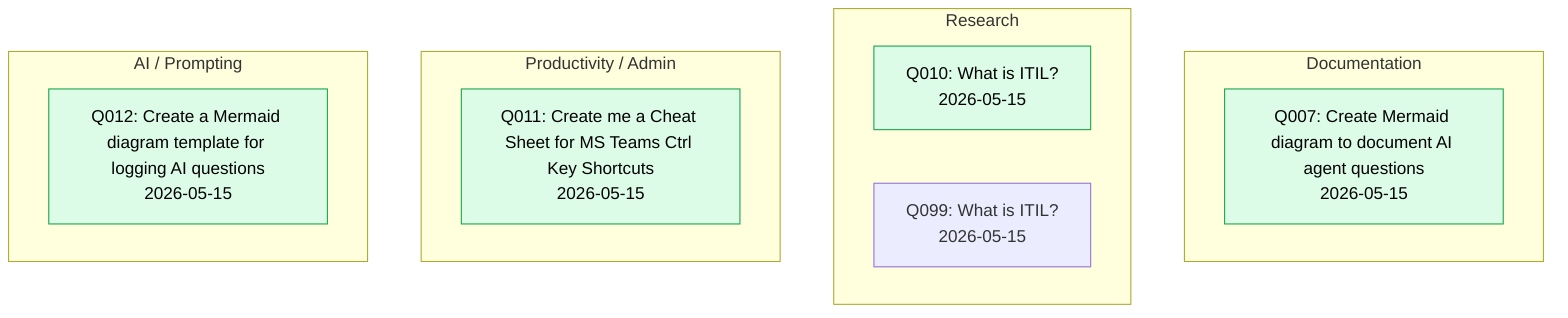
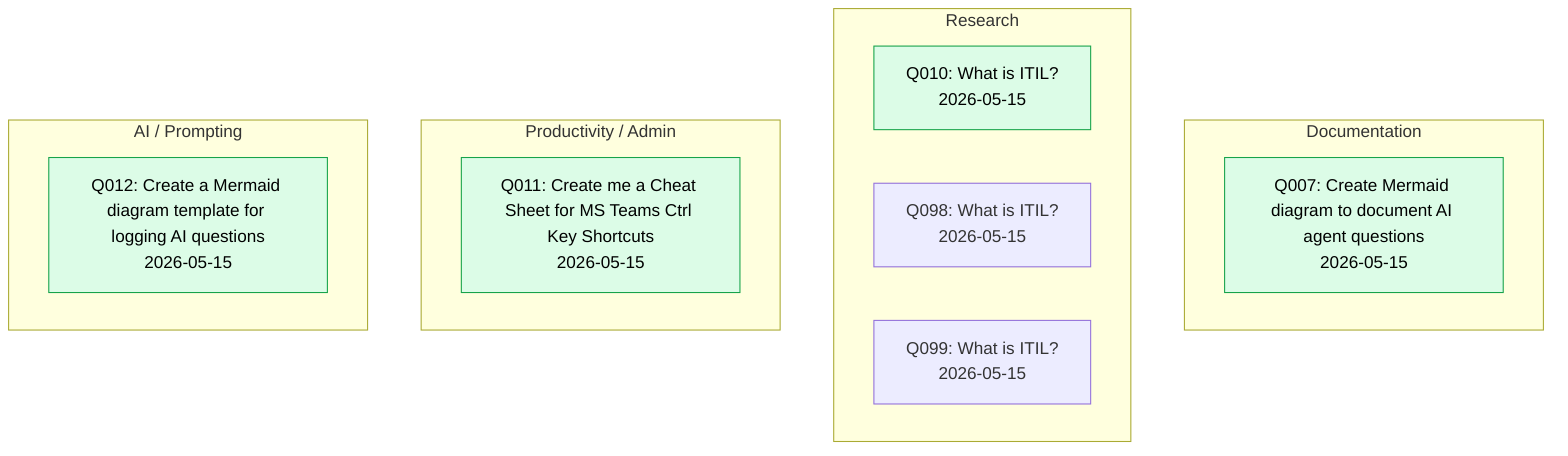
flowchart TB

    %% ============================================================
    %% AI Questions Log
    %% Structure:
    %% Topic groups contain question cards.
    %% Date is included inside each question label if needed.
    %% ============================================================

    %% ============================================================
    %% Documentation
    %% ============================================================

    subgraph Docs["Documentation"]
        DOC_Q007["Q007: Create Mermaid diagram to document AI agent questions<br/>2026-05-15"]
    end

    %% ============================================================
    %% Research
    %% ============================================================

    subgraph Research["Research"]
        RES_Q010["Q010: What is ITIL?<br/>2026-05-15"]
+         RES_Q098["Q098: What is ITIL?<br/>2026-05-15"]
        RES_Q099["Q099: What is ITIL?<br/>2026-05-15"]
    end

    %% ============================================================
    %% Productivity / Admin
    %% ============================================================

    subgraph Admin["Productivity / Admin"]
        ADM_Q011["Q011: Create me a Cheat Sheet for MS Teams Ctrl Key Shortcuts<br/>2026-05-15"]
    end

    %% ============================================================
    %% AI / Prompting
    %% ============================================================

    subgraph Prompting["AI / Prompting"]
        AI_Q012["Q012: Create a Mermaid diagram template for logging AI questions<br/>2026-05-15"]
    end

    %% ============================================================
    %% Styling
    %% ============================================================

    classDef question fill:#dcfce7,stroke:#16a34a,stroke-width:1px,color:#000;

    class DOC_Q007,RES_Q010,ADM_Q011,AI_Q012 question;
